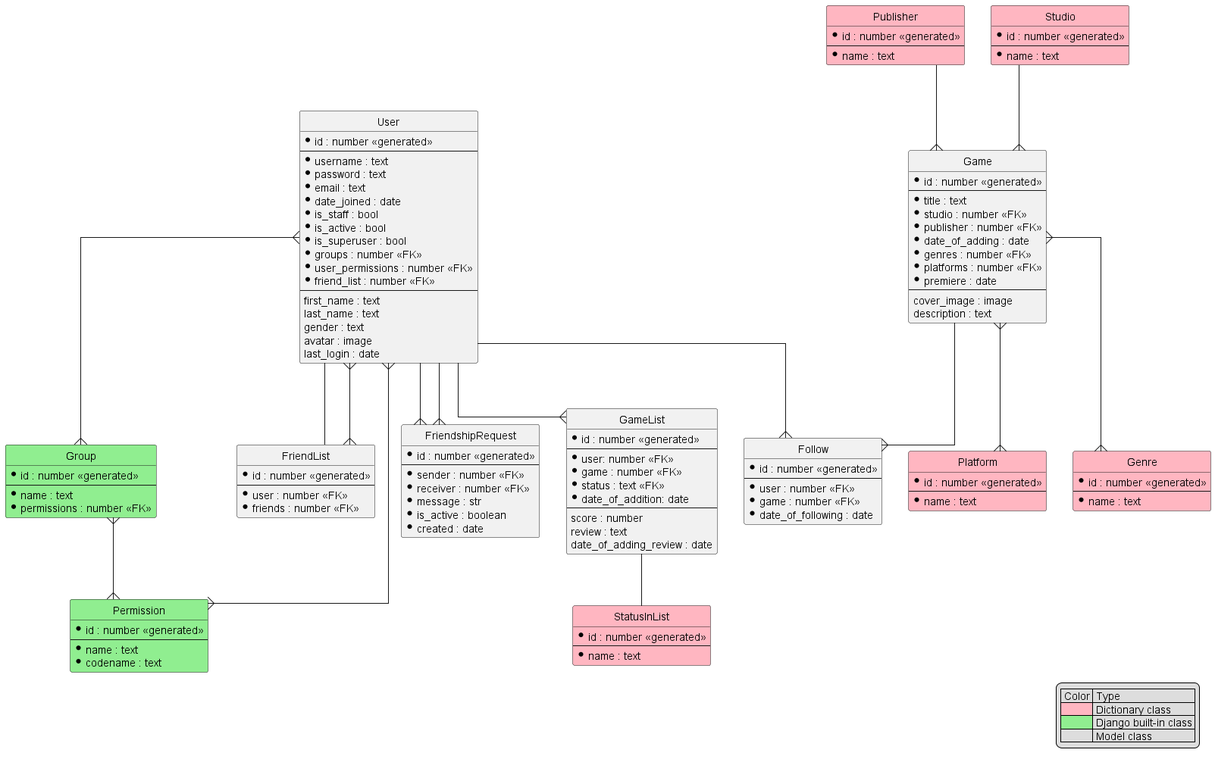
Before: uml/entity_driagram.png, a diagram exported from PlantUML (SojusanApps/my-game-list-backend).
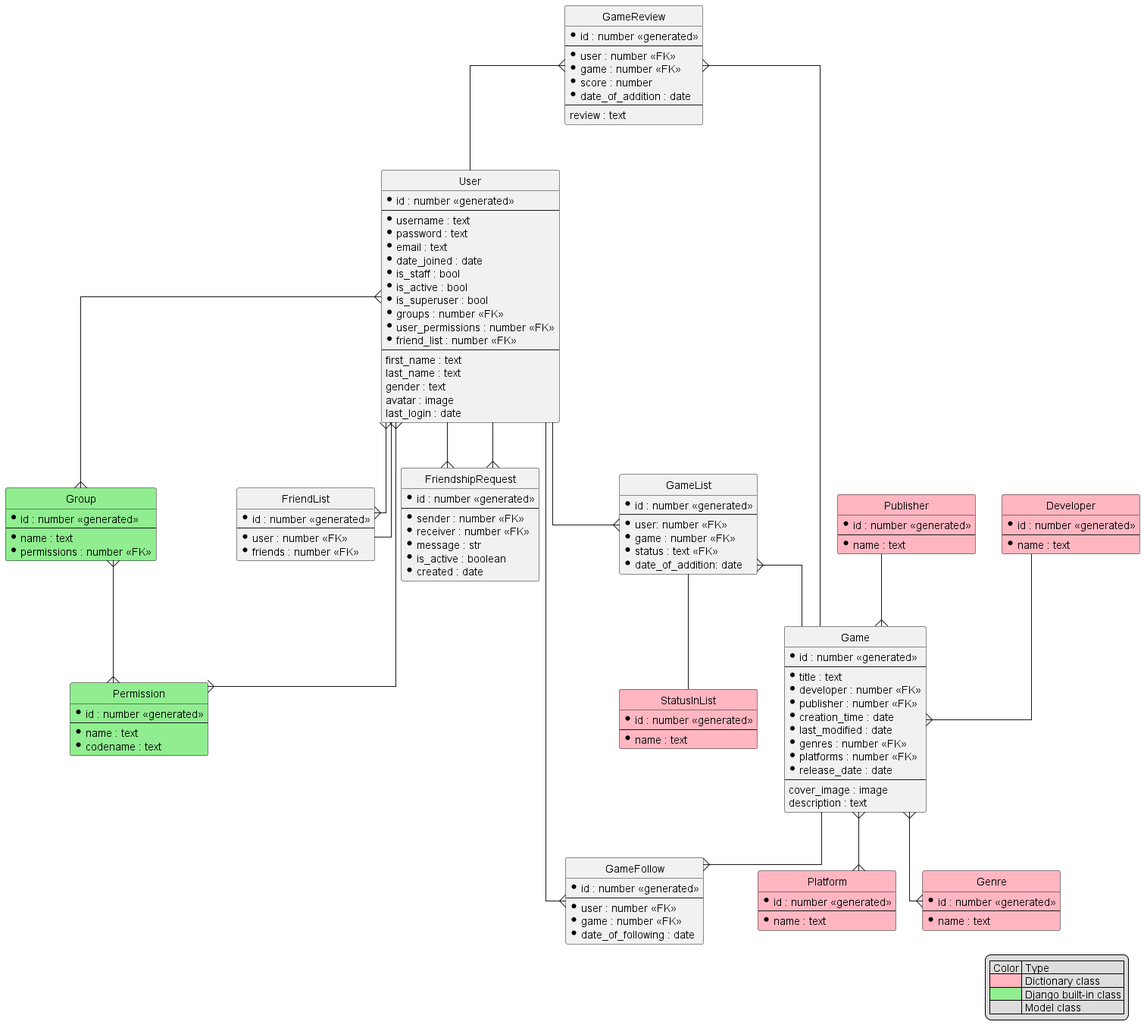
After the change.

The edit, as a diff of the source:
```diff
@@ -66,7 +66,7 @@
     * created : date
 }
 
-entity Follow {
+entity GameFollow {
     * id : number <<generated>>
     --
     * user : number <<FK>>
@@ -87,10 +87,17 @@
     * game : number <<FK>>
     * status : text <<FK>>
     * date_of_addition: date
+}
+
+entity GameReview {
+    * id : number <<generated>>
     --
-    score : number
+    * user : number <<FK>>
+    * game : number <<FK>>
+    * score : number
+    * date_of_addition : date
+    --
     review : text
-    date_of_adding_review : date
 }
 
 entity Publisher #DICTIONARY_COLOR {
@@ -103,18 +110,19 @@
     * id : number <<generated>>
     --
     * title : text
-    * studio : number <<FK>>
+    * developer : number <<FK>>
     * publisher : number <<FK>>
-    * date_of_adding : date
+    * creation_time : date
+    * last_modified : date
     * genres : number <<FK>>
     * platforms : number <<FK>>
-    * premiere : date
+    * release_date : date
     --
     cover_image : image
     description : text
 }
 
-entity Studio #DICTIONARY_COLOR {
+entity Developer #DICTIONARY_COLOR {
     * id : number <<generated>>
     --
     * name : text
@@ -139,13 +147,16 @@
 FriendList }--{ User
 User --{ FriendshipRequest
 User --{ FriendshipRequest
-User --{ Follow
+User --{ GameFollow
 User --{ GameList
-Game --{ Follow
-Studio --{ Game
+Game --{ GameFollow
+GameList }-- Game
+Developer --{ Game
 Publisher --{ Game
 Game }--{ Platform
 Game }--{ Genre
 GameList -- StatusInList
+GameReview }-- User
+GameReview }-- Game
 
 @enduml
```
